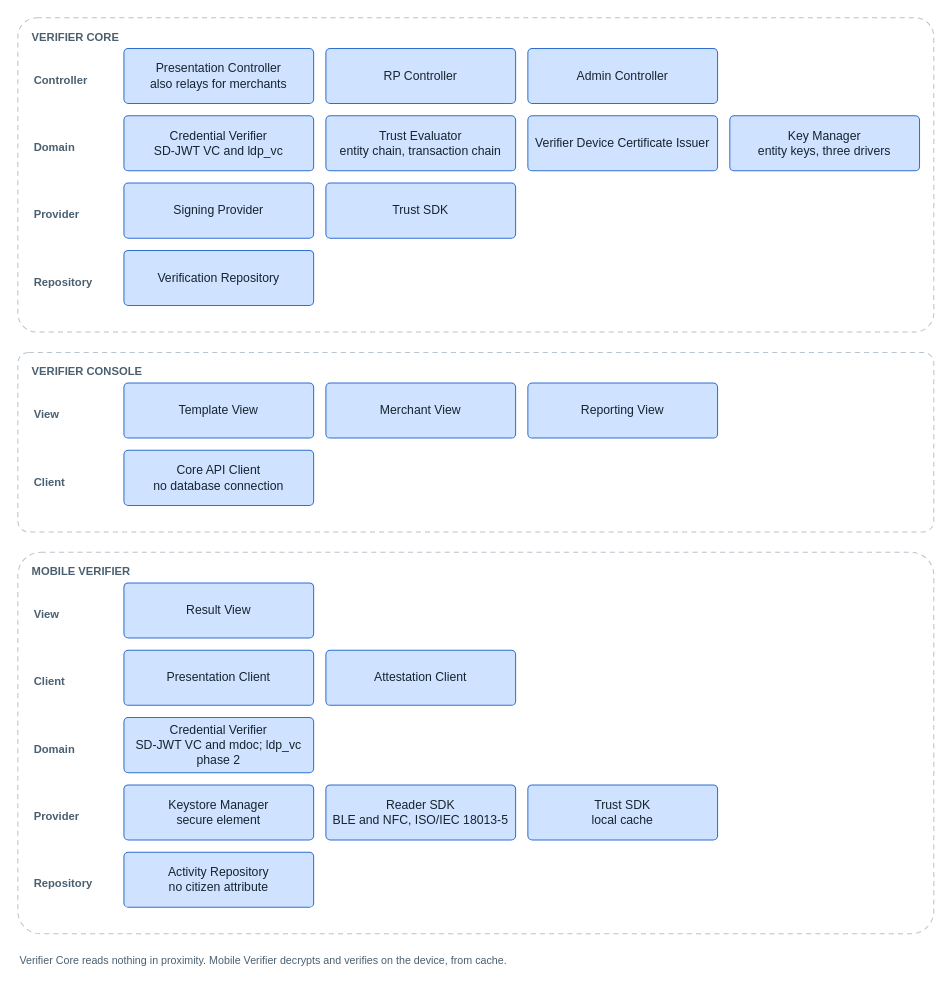
The draw.io diagram images/architecture-framework/software-architecture/component-verifier-services.drawio in id-verifiable-credential-dev/id-doc-idctf, before the edit. Source tidied: cells renumbered, new cells numbered last; positions are measured from the earlier drawing's top-left corner, leaving out a move shared by most shapes. Both pictures are drawn from the tidied source at 102%, with x=0, y=0 at pixel (17, 17).
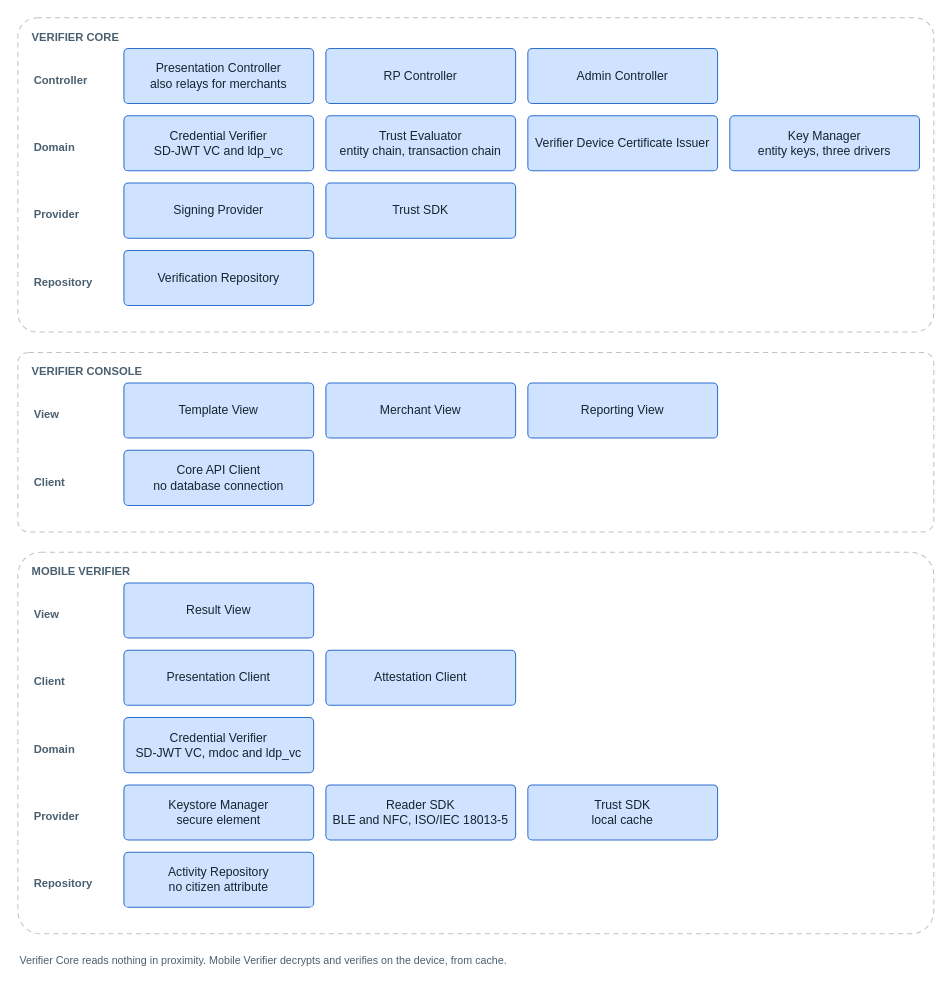
Above is the later version.

Diff of the diagram source:
```diff
@@
-    <mxCell id="31" value="Credential Verifier&lt;br&gt;SD-JWT VC and mdoc; ldp_vc phase 2" style="rounded=1;arcSize=8;fillColor=#cfe2ff;strokeColor=#2f6fd0;fontSize=12;fontColor=#16242f;html=1;whiteSpace=wrap;verticalAlign=middle;" parent="1" vertex="1">
+    <mxCell id="31" value="Credential Verifier&lt;br&gt;SD-JWT VC, mdoc and ldp_vc" style="rounded=1;arcSize=8;fillColor=#cfe2ff;strokeColor=#2f6fd0;fontSize=12;fontColor=#16242f;html=1;whiteSpace=wrap;verticalAlign=middle;" parent="1" vertex="1">
       <mxGeometry x="104" y="686" width="186" height="54" as="geometry" />
     </mxCell>
```
